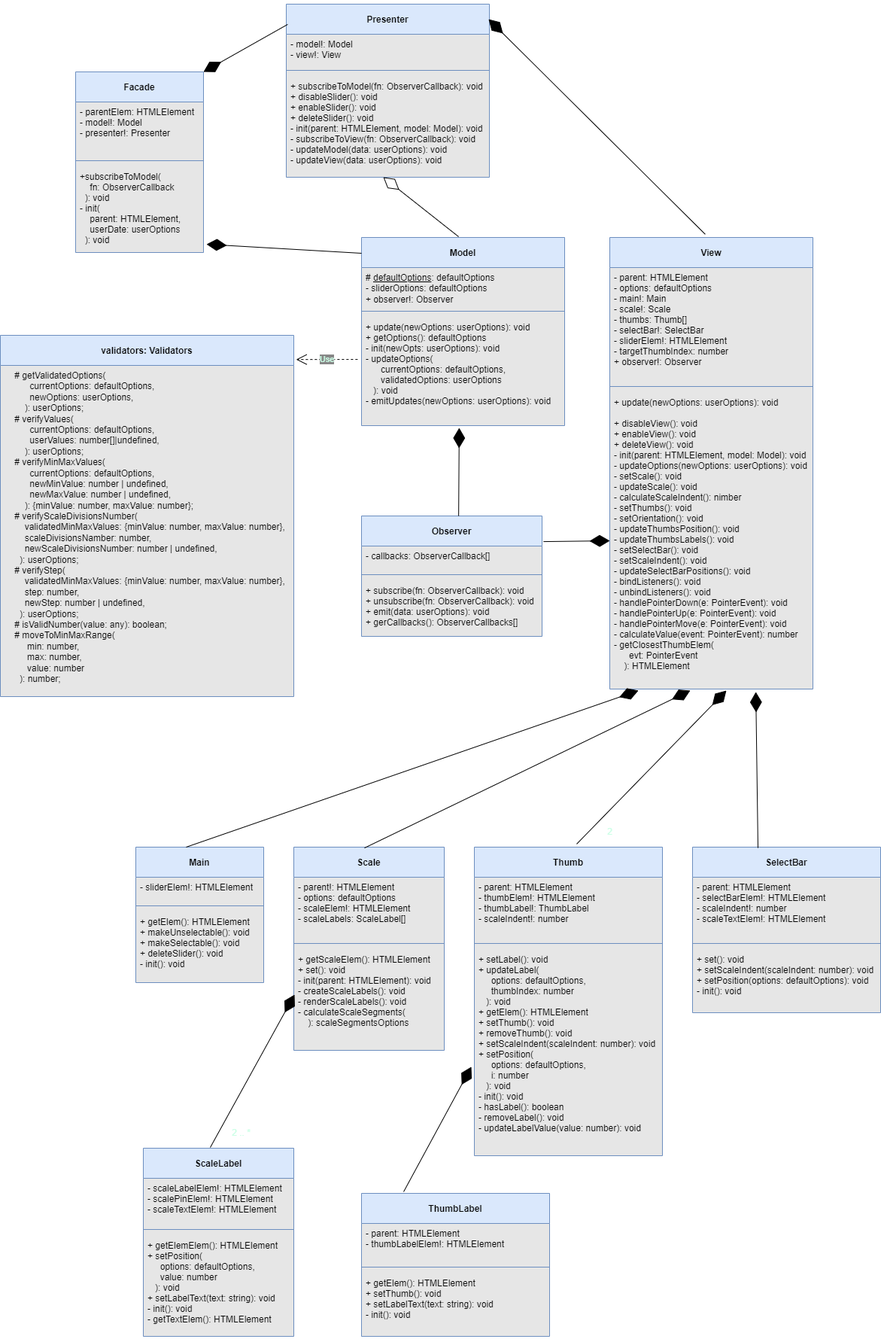
Earlier version of the draw.io export src/assets/slider-uml-diagram.png (Andrew-Zaitsev/Range-slider-plugin). Source tidied: cells renumbered, new cells last; positions are measured from the earlier drawing's top-left corner, leaving out a move shared by most shapes.
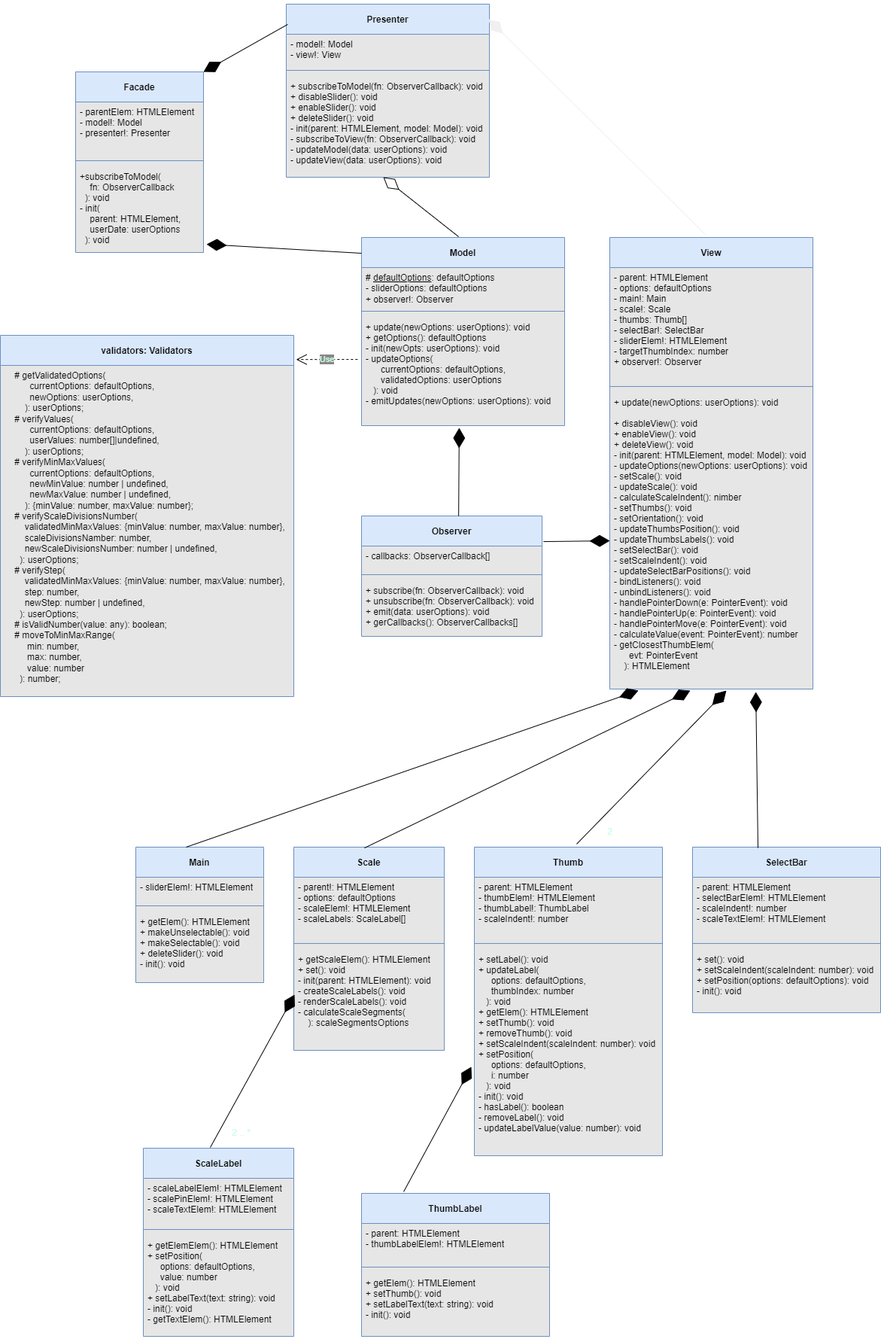
Later version of the same file.

Change to the diagram source:
```diff
@@ -1,4 +1,4 @@
-<mxGraphModel>
+<mxGraphModel background="#666666">
   <root>
     <mxCell id="0" />
     <mxCell id="1" parent="0" />
@@ -151,7 +151,7 @@
         <mxPoint x="509" y="230" as="targetPoint" />
       </mxGeometry>
     </mxCell>
-    <mxCell id="51" style="endArrow=diamondThin;endFill=1;endSize=24;html=1;rounded=0;fontColor=#000000;entryX=0.996;entryY=0.087;entryDx=0;entryDy=0;entryPerimeter=0;exitX=0.47;exitY=-0.007;exitDx=0;exitDy=0;exitPerimeter=0;" parent="1" edge="1" source="20" target="16">
+    <mxCell id="51" style="endArrow=diamondThin;endFill=1;endSize=24;html=1;rounded=0;fontColor=#000000;entryX=0.996;entryY=0.087;entryDx=0;entryDy=0;entryPerimeter=0;exitX=0.47;exitY=-0.007;exitDx=0;exitDy=0;exitPerimeter=0;strokeColor=#F0F0F0;" parent="1" edge="1" source="20" target="16">
       <mxGeometry relative="1" as="geometry" />
     </mxCell>
     <mxCell id="52" style="endArrow=diamondThin;endFill=1;endSize=24;html=1;rounded=0;fontColor=#000000;entryX=0.481;entryY=1.021;entryDx=0;entryDy=0;entryPerimeter=0;exitX=0.538;exitY=0;exitDx=0;exitDy=0;exitPerimeter=0;" parent="1" edge="1" source="12" target="9">
```
